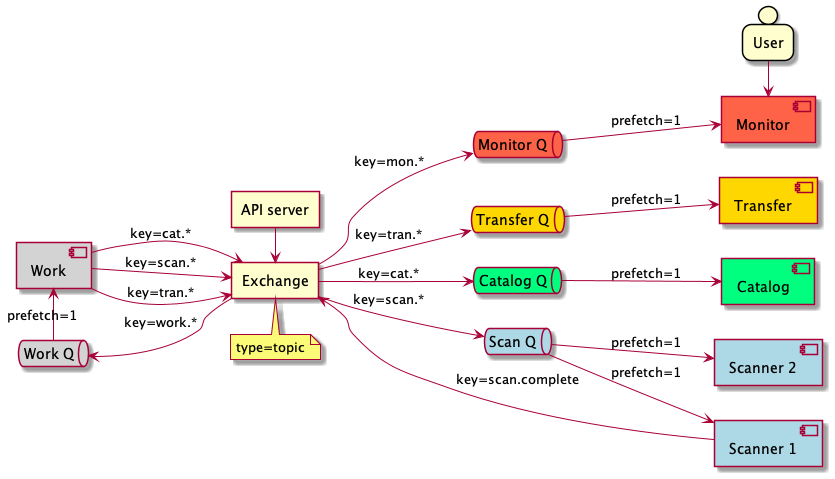
Earlier version of the PlantUML export doc/uml/queue_structure.png (cedadev/nlds).
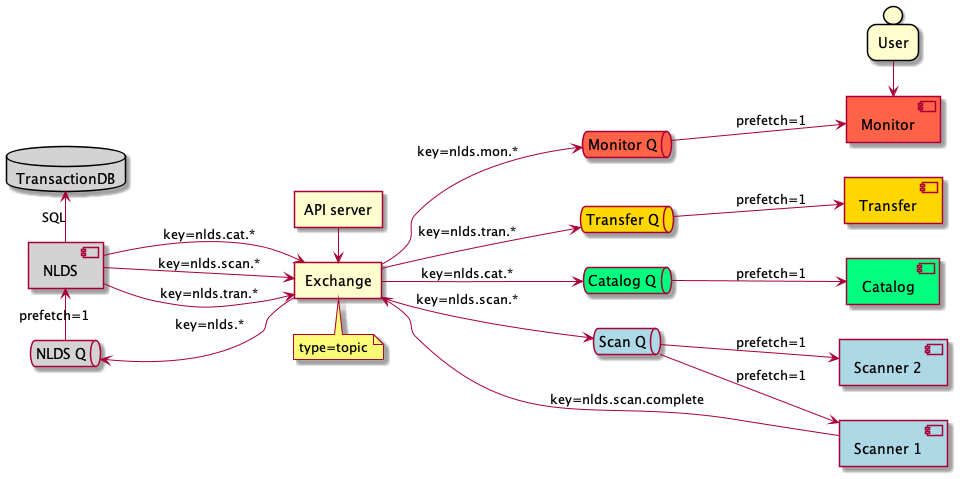
Above is the later version.

Commit message:
More tweaks to UML

What changed in the source:
```diff
@@ -4,8 +4,9 @@
 agent api_server as "API server"
 
 together {
-    queue wq as "Work Q" #lightgrey
-    component work as "Work" #lightgrey
+    queue wq as "NLDS Q" #lightgrey
+    component work as "NLDS" #lightgrey
+    database iddb as "TransactionDB" #lightgrey
 }
 
 together {
@@ -13,8 +14,9 @@
     note top of pex: type=topic
 }
 
-pex --> wq : key=work.*
+pex --> wq : key=nlds.*
 wq -> work : prefetch=1
+work -> iddb : SQL
 
 together {
     queue sq as "Scan Q" #lightblue
@@ -22,16 +24,16 @@
     queue cq as "Catalog Q" #springgreen
 }
 
-pex --> sq : key=scan.*
-pex --> tq : key=tran.*
-pex --> cq : key=cat.*
+pex --> sq : key=nlds.scan.*
+pex --> tq : key=nlds.tran.*
+pex --> cq : key=nlds.cat.*
 
-work --> pex : key=scan.*
-work --> pex : key=tran.*
-work --> pex : key=cat.*
+work --> pex : key=nlds.scan.*
+work --> pex : key=nlds.tran.*
+work --> pex : key=nlds.cat.*
 
 queue mq as "Monitor Q" #tomato
-pex --> mq : key=mon.*
+pex --> mq : key=nlds.mon.*
 
 together {
     component scan1 as "Scanner 1" #lightblue
@@ -55,6 +57,6 @@
 
 mon1 <- user
 
-scan1 --> pex : key=scan.complete
+scan1 --> pex : key=nlds.scan.complete
 
 @enduml
```
